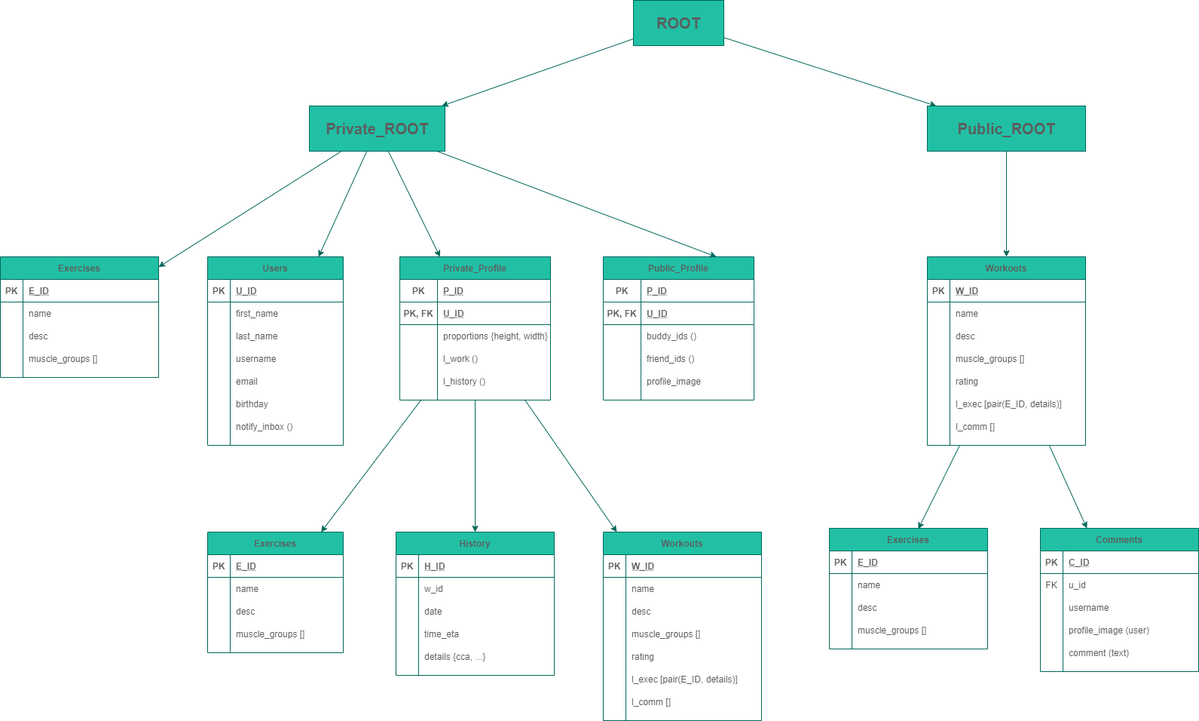
Dawlau/Fitwork keeps this draw.io diagram as database.png. Above is the earlier version. Source tidied: cells renumbered, new cells last; positions are measured from the earlier drawing's top-left corner, leaving out a move shared by most shapes.
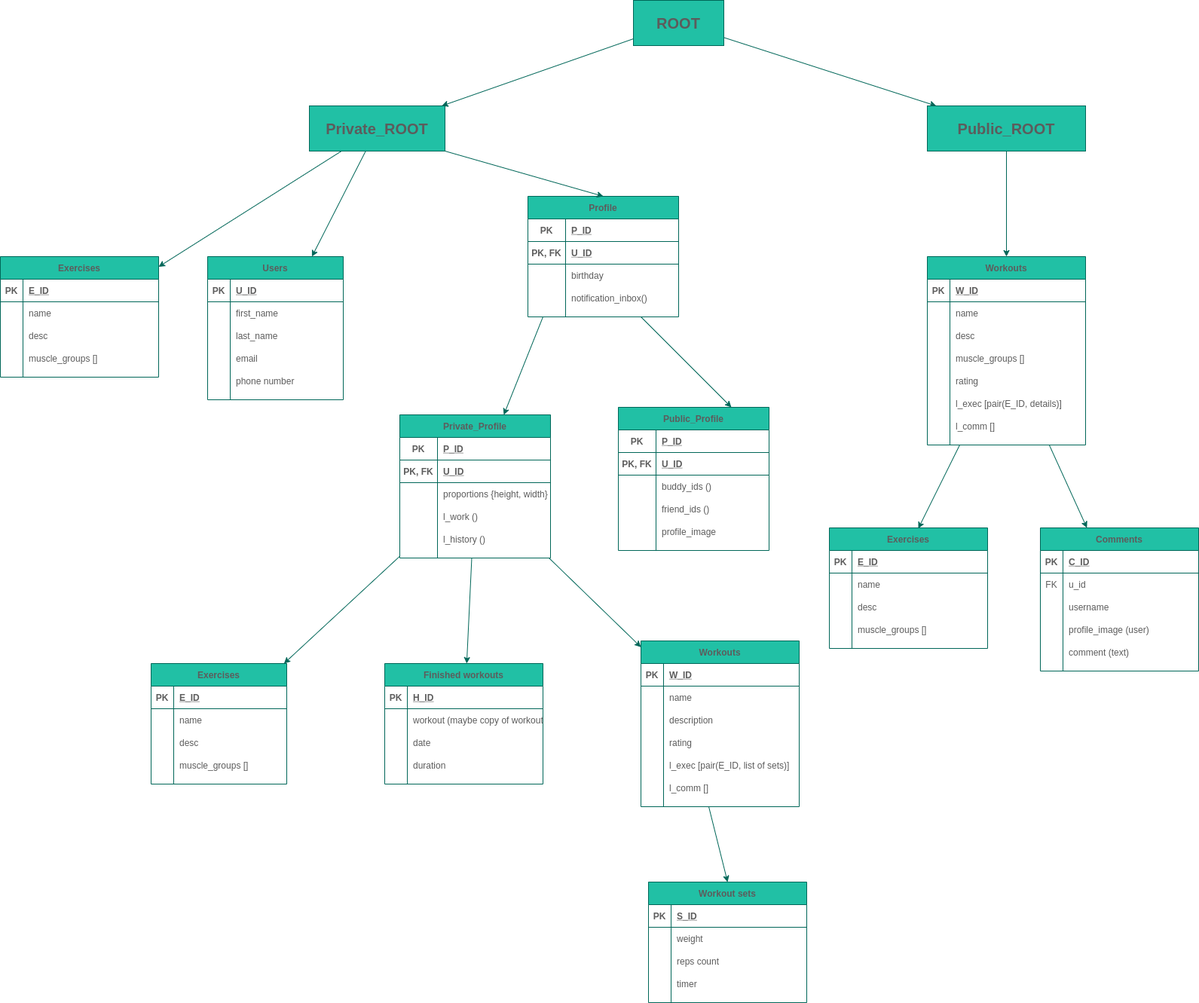
Above is the later version.

Commit message:
Updated database scheme

Change to the diagram source:
```diff
@@ -5,3 +5,3 @@
     <mxCell id="2" value="Users" style="shape=table;startSize=30;rowLines=0;fontStyle=1;align=center;fillColor=#21C0A5;strokeColor=#006658;fontColor=#5C5C5C;" parent="1" vertex="1">
-      <mxGeometry x="275" y="340" width="180" height="250" as="geometry" />
+      <mxGeometry x="275" y="340" width="180" height="190" as="geometry" />
     </mxCell>
@@ -34,13 +34,4 @@
     </mxCell>
-    <mxCell id="12" style="shape=partialRectangle;fillColor=none;top=0;left=0;bottom=0;right=0;strokeColor=#006658;fontColor=#5C5C5C;" parent="2" vertex="1">
-      <mxGeometry y="120" width="180" height="30" as="geometry" />
-    </mxCell>
-    <mxCell id="13" style="shape=partialRectangle;fillColor=none;top=0;left=0;bottom=0;right=0;overflow=hidden;strokeColor=#006658;fontColor=#5C5C5C;" parent="12" vertex="1">
-      <mxGeometry width="30" height="30" as="geometry" />
-    </mxCell>
-    <mxCell id="14" value="username" style="shape=partialRectangle;fillColor=none;top=0;left=0;bottom=0;right=0;align=left;spacingLeft=6;overflow=hidden;strokeColor=#006658;fontColor=#5C5C5C;" parent="12" vertex="1">
-      <mxGeometry x="30" width="150" height="30" as="geometry" />
-    </mxCell>
     <mxCell id="15" style="shape=partialRectangle;fillColor=none;top=0;left=0;bottom=0;right=0;strokeColor=#006658;fontColor=#5C5C5C;" parent="2" vertex="1">
-      <mxGeometry y="150" width="180" height="30" as="geometry" />
+      <mxGeometry y="120" width="180" height="30" as="geometry" />
     </mxCell>
@@ -52,22 +43,13 @@
     </mxCell>
-    <mxCell id="18" style="shape=partialRectangle;fillColor=none;top=0;left=0;bottom=0;right=0;strokeColor=#006658;fontColor=#5C5C5C;" parent="2" vertex="1">
-      <mxGeometry y="180" width="180" height="30" as="geometry" />
-    </mxCell>
-    <mxCell id="19" style="shape=partialRectangle;fillColor=none;top=0;left=0;bottom=0;right=0;overflow=hidden;strokeColor=#006658;fontColor=#5C5C5C;" parent="18" vertex="1">
-      <mxGeometry width="30" height="30" as="geometry" />
-    </mxCell>
-    <mxCell id="20" value="birthday " style="shape=partialRectangle;fillColor=none;top=0;left=0;bottom=0;right=0;align=left;spacingLeft=6;overflow=hidden;strokeColor=#006658;fontColor=#5C5C5C;" parent="18" vertex="1">
-      <mxGeometry x="30" width="150" height="30" as="geometry" />
-    </mxCell>
-    <mxCell id="21" style="shape=partialRectangle;fillColor=none;top=0;left=0;bottom=0;right=0;strokeColor=#006658;fontColor=#5C5C5C;" parent="2" vertex="1">
-      <mxGeometry y="210" width="180" height="30" as="geometry" />
-    </mxCell>
-    <mxCell id="22" style="shape=partialRectangle;fillColor=none;top=0;left=0;bottom=0;right=0;overflow=hidden;strokeColor=#006658;fontColor=#5C5C5C;" parent="21" vertex="1">
-      <mxGeometry width="30" height="30" as="geometry" />
-    </mxCell>
-    <mxCell id="23" value="notify_inbox ()" style="shape=partialRectangle;fillColor=none;top=0;left=0;bottom=0;right=0;align=left;spacingLeft=6;overflow=hidden;strokeColor=#006658;fontColor=#5C5C5C;" parent="21" vertex="1">
-      <mxGeometry x="30" width="150" height="30" as="geometry" />
-    </mxCell>
+    <mxCell id="186" style="shape=partialRectangle;fillColor=none;top=0;left=0;bottom=0;right=0;strokeColor=#006658;fontColor=#5C5C5C;" parent="2" vertex="1">
+      <mxGeometry y="150" width="180" height="30" as="geometry" />
+    </mxCell>
+    <mxCell id="187" style="shape=partialRectangle;fillColor=none;top=0;left=0;bottom=0;right=0;overflow=hidden;strokeColor=#006658;fontColor=#5C5C5C;" parent="186" vertex="1">
+      <mxGeometry width="30" height="30" as="geometry" />
+    </mxCell>
+    <mxCell id="188" value="phone number" style="shape=partialRectangle;fillColor=none;top=0;left=0;bottom=0;right=0;align=left;spacingLeft=6;overflow=hidden;strokeColor=#006658;fontColor=#5C5C5C;" parent="186" vertex="1">
+      <mxGeometry x="30" width="150" height="30" as="geometry" />
+    </mxCell>
     <mxCell id="24" value="Workouts" style="shape=table;startSize=30;rowLines=0;fontStyle=1;align=center;fillColor=#21C0A5;strokeColor=#006658;fontColor=#5C5C5C;" parent="1" vertex="1">
-      <mxGeometry x="800" y="705" width="210" height="250" as="geometry" />
+      <mxGeometry x="850" y="850" width="210" height="220" as="geometry" />
     </mxCell>
@@ -97,16 +79,7 @@
     </mxCell>
-    <mxCell id="33" value="desc" style="shape=partialRectangle;fillColor=none;top=0;left=0;bottom=0;right=0;align=left;spacingLeft=6;overflow=hidden;strokeColor=#006658;fontColor=#5C5C5C;" parent="31" vertex="1">
+    <mxCell id="33" value="description" style="shape=partialRectangle;fillColor=none;top=0;left=0;bottom=0;right=0;align=left;spacingLeft=6;overflow=hidden;strokeColor=#006658;fontColor=#5C5C5C;" parent="31" vertex="1">
       <mxGeometry x="30" width="180" height="30" as="geometry" />
     </mxCell>
-    <mxCell id="34" style="shape=partialRectangle;fillColor=none;top=0;left=0;bottom=0;right=0;strokeColor=#006658;fontColor=#5C5C5C;" parent="24" vertex="1">
-      <mxGeometry y="120" width="210" height="30" as="geometry" />
-    </mxCell>
-    <mxCell id="35" style="shape=partialRectangle;fillColor=none;top=0;left=0;bottom=0;right=0;overflow=hidden;strokeColor=#006658;fontColor=#5C5C5C;" parent="34" vertex="1">
-      <mxGeometry width="30" height="30" as="geometry" />
-    </mxCell>
-    <mxCell id="36" value="muscle_groups []" style="shape=partialRectangle;fillColor=none;top=0;left=0;bottom=0;right=0;align=left;spacingLeft=6;overflow=hidden;strokeColor=#006658;fontColor=#5C5C5C;" parent="34" vertex="1">
-      <mxGeometry x="30" width="180" height="30" as="geometry" />
-    </mxCell>
     <mxCell id="37" style="shape=partialRectangle;fillColor=none;top=0;left=0;bottom=0;right=0;strokeColor=#006658;fontColor=#5C5C5C;" parent="24" vertex="1">
-      <mxGeometry y="150" width="210" height="30" as="geometry" />
+      <mxGeometry y="120" width="210" height="30" as="geometry" />
     </mxCell>
@@ -119,3 +92,3 @@
     <mxCell id="40" style="shape=partialRectangle;fillColor=none;top=0;left=0;bottom=0;right=0;strokeColor=#006658;fontColor=#5C5C5C;" parent="24" vertex="1">
-      <mxGeometry y="180" width="210" height="30" as="geometry" />
+      <mxGeometry y="150" width="210" height="30" as="geometry" />
     </mxCell>
@@ -124,3 +97,3 @@
     </mxCell>
-    <mxCell id="42" value="l_exec [pair(E_ID, details)]" style="shape=partialRectangle;fillColor=none;top=0;left=0;bottom=0;right=0;align=left;spacingLeft=6;overflow=hidden;strokeColor=#006658;fontColor=#5C5C5C;" parent="40" vertex="1">
+    <mxCell id="42" value="l_exec [pair(E_ID, list of sets)]" style="shape=partialRectangle;fillColor=none;top=0;left=0;bottom=0;right=0;align=left;spacingLeft=6;overflow=hidden;strokeColor=#006658;fontColor=#5C5C5C;" parent="40" vertex="1">
       <mxGeometry x="30" width="180" height="30" as="geometry" />
@@ -128,3 +101,3 @@
     <mxCell id="43" style="shape=partialRectangle;fillColor=none;top=0;left=0;bottom=0;right=0;strokeColor=#006658;fontColor=#5C5C5C;" parent="24" vertex="1">
-      <mxGeometry y="210" width="210" height="30" as="geometry" />
+      <mxGeometry y="180" width="210" height="30" as="geometry" />
     </mxCell>
@@ -137,3 +110,3 @@
     <mxCell id="46" value="Private_Profile" style="shape=table;startSize=30;rowLines=0;fontStyle=1;align=center;fillColor=#21C0A5;strokeColor=#006658;fontColor=#5C5C5C;" parent="1" vertex="1">
-      <mxGeometry x="530" y="340" width="200" height="190" as="geometry" />
+      <mxGeometry x="530" y="550" width="200" height="190" as="geometry" />
     </mxCell>
@@ -367,4 +340,4 @@
     </mxCell>
-    <mxCell id="123" value="History" style="shape=table;startSize=30;rowLines=0;fontStyle=1;align=center;fillColor=#21C0A5;strokeColor=#006658;fontColor=#5C5C5C;" parent="1" vertex="1">
-      <mxGeometry x="525" y="705" width="210" height="190" as="geometry" />
+    <mxCell id="123" value="Finished workouts" style="shape=table;startSize=30;rowLines=0;fontStyle=1;align=center;fillColor=#21C0A5;strokeColor=#006658;fontColor=#5C5C5C;" parent="1" vertex="1">
+      <mxGeometry x="510" y="880" width="210" height="160" as="geometry" />
     </mxCell>
@@ -385,3 +358,3 @@
     </mxCell>
-    <mxCell id="129" value="w_id" style="shape=partialRectangle;fillColor=none;top=0;left=0;bottom=0;right=0;align=left;spacingLeft=6;overflow=hidden;strokeColor=#006658;fontColor=#5C5C5C;" parent="127" vertex="1">
+    <mxCell id="129" value="workout (maybe copy of workout)" style="shape=partialRectangle;fillColor=none;top=0;left=0;bottom=0;right=0;align=left;spacingLeft=6;overflow=hidden;strokeColor=#006658;fontColor=#5C5C5C;" parent="127" vertex="1">
       <mxGeometry x="30" width="180" height="30" as="geometry" />
@@ -403,14 +376,5 @@
     </mxCell>
-    <mxCell id="135" value="time_eta" style="shape=partialRectangle;fillColor=none;top=0;left=0;bottom=0;right=0;align=left;spacingLeft=6;overflow=hidden;strokeColor=#006658;fontColor=#5C5C5C;" parent="133" vertex="1">
+    <mxCell id="135" value="duration" style="shape=partialRectangle;fillColor=none;top=0;left=0;bottom=0;right=0;align=left;spacingLeft=6;overflow=hidden;strokeColor=#006658;fontColor=#5C5C5C;" parent="133" vertex="1">
       <mxGeometry x="30" width="180" height="30" as="geometry" />
     </mxCell>
-    <mxCell id="136" style="shape=partialRectangle;fillColor=none;top=0;left=0;bottom=0;right=0;strokeColor=#006658;fontColor=#5C5C5C;" parent="123" vertex="1">
-      <mxGeometry y="150" width="210" height="30" as="geometry" />
-    </mxCell>
-    <mxCell id="137" style="shape=partialRectangle;fillColor=none;top=0;left=0;bottom=0;right=0;overflow=hidden;strokeColor=#006658;fontColor=#5C5C5C;" parent="136" vertex="1">
-      <mxGeometry width="30" height="30" as="geometry" />
-    </mxCell>
-    <mxCell id="138" value="details {cca, ...}" style="shape=partialRectangle;fillColor=none;top=0;left=0;bottom=0;right=0;align=left;spacingLeft=6;overflow=hidden;strokeColor=#006658;fontColor=#5C5C5C;" parent="136" vertex="1">
-      <mxGeometry x="30" width="180" height="30" as="geometry" />
-    </mxCell>
     <mxCell id="139" style="endArrow=classic;html=1;strokeColor=#006658;fillColor=#21C0A5;fontColor=#5C5C5C;" parent="1" edge="1" source="46" target="123">
@@ -419,3 +383,3 @@
     <mxCell id="140" value="Public_Profile" style="shape=table;startSize=30;rowLines=0;fontStyle=1;align=center;fillColor=#21C0A5;strokeColor=#006658;fontColor=#5C5C5C;" parent="1" vertex="1">
-      <mxGeometry x="800" y="340" width="200" height="190" as="geometry" />
+      <mxGeometry x="820" y="540" width="200" height="190" as="geometry" />
     </mxCell>
@@ -508,6 +472,8 @@
     </mxCell>
-    <mxCell id="170" style="endArrow=classic;html=1;strokeColor=#006658;fillColor=#21C0A5;fontColor=#5C5C5C;" parent="1" edge="1" source="119" target="46">
-      <mxGeometry relative="1" as="geometry" />
+    <mxCell id="170" style="endArrow=classic;html=1;strokeColor=#006658;fillColor=#21C0A5;fontColor=#5C5C5C;" parent="1" edge="1" target="46">
+      <mxGeometry relative="1" as="geometry">
+        <mxPoint x="720" y="420" as="sourcePoint" />
+      </mxGeometry>
     </mxCell>
-    <mxCell id="171" style="endArrow=classic;html=1;strokeColor=#006658;fillColor=#21C0A5;fontColor=#5C5C5C;entryX=0.75;entryY=0;entryDx=0;entryDy=0;" parent="1" edge="1" source="119" target="140">
+    <mxCell id="171" style="endArrow=classic;html=1;strokeColor=#006658;fillColor=#21C0A5;fontColor=#5C5C5C;entryX=0.75;entryY=0;entryDx=0;entryDy=0;exitX=0.75;exitY=1;exitDx=0;exitDy=0;" parent="1" edge="1" source="189" target="140">
       <mxGeometry relative="1" as="geometry" />
@@ -515,3 +481,3 @@
     <mxCell id="172" value="Exercises" style="shape=table;startSize=30;rowLines=0;fontStyle=1;align=center;fillColor=#21C0A5;strokeColor=#006658;fontColor=#5C5C5C;" parent="1" vertex="1">
-      <mxGeometry x="275" y="705" width="180" height="160" as="geometry" />
+      <mxGeometry x="200" y="880" width="180" height="160" as="geometry" />
     </mxCell>
@@ -556,2 +522,88 @@
     </mxCell>
+    <mxCell id="189" value="Profile" style="shape=table;startSize=30;rowLines=0;fontStyle=1;align=center;fillColor=#21C0A5;strokeColor=#006658;fontColor=#5C5C5C;" parent="1" vertex="1">
+      <mxGeometry x="700" y="260" width="200" height="160" as="geometry" />
+    </mxCell>
+    <mxCell id="190" style="shape=partialRectangle;fillColor=none;top=0;left=0;bottom=1;right=0;strokeColor=#006658;fontColor=#5C5C5C;" parent="189" vertex="1">
+      <mxGeometry y="30" width="200" height="30" as="geometry" />
+    </mxCell>
+    <mxCell id="191" value="PK" style="shape=partialRectangle;fillColor=none;top=0;left=0;bottom=0;right=0;fontStyle=1;overflow=hidden;strokeColor=#006658;fontColor=#5C5C5C;" parent="190" vertex="1">
+      <mxGeometry width="50" height="30" as="geometry" />
+    </mxCell>
+    <mxCell id="192" value="P_ID" style="shape=partialRectangle;fillColor=none;top=0;left=0;bottom=0;right=0;align=left;spacingLeft=6;fontStyle=5;overflow=hidden;strokeColor=#006658;fontColor=#5C5C5C;" parent="190" vertex="1">
+      <mxGeometry x="50" width="150" height="30" as="geometry" />
+    </mxCell>
+    <mxCell id="193" style="shape=partialRectangle;fillColor=none;top=0;left=0;bottom=1;right=0;strokeColor=#006658;fontColor=#5C5C5C;" parent="189" vertex="1">
+      <mxGeometry y="60" width="200" height="30" as="geometry" />
+    </mxCell>
+    <mxCell id="194" value="PK, FK" style="shape=partialRectangle;fillColor=none;top=0;left=0;bottom=0;right=0;fontStyle=1;overflow=hidden;strokeColor=#006658;fontColor=#5C5C5C;" parent="193" vertex="1">
+      <mxGeometry width="50" height="30" as="geometry" />
+    </mxCell>
+    <mxCell id="195" value="U_ID" style="shape=partialRectangle;fillColor=none;top=0;left=0;bottom=0;right=0;align=left;spacingLeft=6;fontStyle=5;overflow=hidden;strokeColor=#006658;fontColor=#5C5C5C;" parent="193" vertex="1">
+      <mxGeometry x="50" width="150" height="30" as="geometry" />
+    </mxCell>
+    <mxCell id="196" style="shape=partialRectangle;fillColor=none;top=0;left=0;bottom=0;right=0;strokeColor=#006658;fontColor=#5C5C5C;" parent="189" vertex="1">
+      <mxGeometry y="90" width="200" height="30" as="geometry" />
+    </mxCell>
+    <mxCell id="197" style="shape=partialRectangle;fillColor=none;top=0;left=0;bottom=0;right=0;overflow=hidden;strokeColor=#006658;fontColor=#5C5C5C;" parent="196" vertex="1">
+      <mxGeometry width="50" height="30" as="geometry" />
+    </mxCell>
+    <mxCell id="20" value="birthday" style="shape=partialRectangle;fillColor=none;top=0;left=0;bottom=0;right=0;align=left;spacingLeft=6;overflow=hidden;strokeColor=#006658;fontColor=#5C5C5C;" parent="196" vertex="1">
+      <mxGeometry x="50" width="150" height="30" as="geometry" />
+    </mxCell>
+    <mxCell id="198" style="shape=partialRectangle;fillColor=none;top=0;left=0;bottom=0;right=0;strokeColor=#006658;fontColor=#5C5C5C;" parent="189" vertex="1">
+      <mxGeometry y="120" width="200" height="30" as="geometry" />
+    </mxCell>
+    <mxCell id="199" style="shape=partialRectangle;fillColor=none;top=0;left=0;bottom=0;right=0;overflow=hidden;strokeColor=#006658;fontColor=#5C5C5C;" parent="198" vertex="1">
+      <mxGeometry width="50" height="30" as="geometry" />
+    </mxCell>
+    <mxCell id="200" value="notification_inbox()" style="shape=partialRectangle;fillColor=none;top=0;left=0;bottom=0;right=0;align=left;spacingLeft=6;overflow=hidden;strokeColor=#006658;fontColor=#5C5C5C;" parent="198" vertex="1">
+      <mxGeometry x="50" width="150" height="30" as="geometry" />
+    </mxCell>
+    <mxCell id="201" style="endArrow=classic;html=1;strokeColor=#006658;fillColor=#21C0A5;fontColor=#5C5C5C;entryX=0.5;entryY=0;entryDx=0;entryDy=0;exitX=1;exitY=1;exitDx=0;exitDy=0;" parent="1" edge="1" source="119" target="189">
+      <mxGeometry relative="1" as="geometry" />
+    </mxCell>
+    <mxCell id="202" value="Workout sets" style="shape=table;startSize=30;rowLines=0;fontStyle=1;align=center;fillColor=#21C0A5;strokeColor=#006658;fontColor=#5C5C5C;" parent="1" vertex="1">
+      <mxGeometry x="860" y="1170" width="210" height="160" as="geometry" />
+    </mxCell>
+    <mxCell id="203" style="shape=partialRectangle;fillColor=none;top=0;left=0;bottom=1;right=0;strokeColor=#006658;fontColor=#5C5C5C;" parent="202" vertex="1">
+      <mxGeometry y="30" width="210" height="30" as="geometry" />
+    </mxCell>
+    <mxCell id="204" value="PK" style="shape=partialRectangle;fillColor=none;top=0;left=0;bottom=0;right=0;fontStyle=1;overflow=hidden;strokeColor=#006658;fontColor=#5C5C5C;" parent="203" vertex="1">
+      <mxGeometry width="30" height="30" as="geometry" />
+    </mxCell>
+    <mxCell id="205" value="S_ID" style="shape=partialRectangle;fillColor=none;top=0;left=0;bottom=0;right=0;align=left;spacingLeft=6;fontStyle=5;overflow=hidden;strokeColor=#006658;fontColor=#5C5C5C;" parent="203" vertex="1">
+      <mxGeometry x="30" width="180" height="30" as="geometry" />
+    </mxCell>
+    <mxCell id="206" style="shape=partialRectangle;fillColor=none;top=0;left=0;bottom=0;right=0;strokeColor=#006658;fontColor=#5C5C5C;" parent="202" vertex="1">
+      <mxGeometry y="60" width="210" height="30" as="geometry" />
+    </mxCell>
+    <mxCell id="207" style="shape=partialRectangle;fillColor=none;top=0;left=0;bottom=0;right=0;overflow=hidden;strokeColor=#006658;fontColor=#5C5C5C;" parent="206" vertex="1">
+      <mxGeometry width="30" height="30" as="geometry" />
+    </mxCell>
+    <mxCell id="208" value="weight" style="shape=partialRectangle;fillColor=none;top=0;left=0;bottom=0;right=0;align=left;spacingLeft=6;overflow=hidden;strokeColor=#006658;fontColor=#5C5C5C;" parent="206" vertex="1">
+      <mxGeometry x="30" width="180" height="30" as="geometry" />
+    </mxCell>
+    <mxCell id="209" style="shape=partialRectangle;fillColor=none;top=0;left=0;bottom=0;right=0;strokeColor=#006658;fontColor=#5C5C5C;" parent="202" vertex="1">
+      <mxGeometry y="90" width="210" height="30" as="geometry" />
+    </mxCell>
+    <mxCell id="210" style="shape=partialRectangle;fillColor=none;top=0;left=0;bottom=0;right=0;overflow=hidden;strokeColor=#006658;fontColor=#5C5C5C;" parent="209" vertex="1">
+      <mxGeometry width="30" height="30" as="geometry" />
+    </mxCell>
+    <mxCell id="211" value="reps count" style="shape=partialRectangle;fillColor=none;top=0;left=0;bottom=0;right=0;align=left;spacingLeft=6;overflow=hidden;strokeColor=#006658;fontColor=#5C5C5C;" parent="209" vertex="1">
+      <mxGeometry x="30" width="180" height="30" as="geometry" />
+    </mxCell>
+    <mxCell id="34" style="shape=partialRectangle;fillColor=none;top=0;left=0;bottom=0;right=0;strokeColor=#006658;fontColor=#5C5C5C;" parent="202" vertex="1">
+      <mxGeometry y="120" width="210" height="30" as="geometry" />
+    </mxCell>
+    <mxCell id="212" style="shape=partialRectangle;fillColor=none;top=0;left=0;bottom=0;right=0;overflow=hidden;strokeColor=#006658;fontColor=#5C5C5C;" parent="34" vertex="1">
+      <mxGeometry width="30" height="30" as="geometry" />
+    </mxCell>
+    <mxCell id="213" value="timer" style="shape=partialRectangle;fillColor=none;top=0;left=0;bottom=0;right=0;align=left;spacingLeft=6;overflow=hidden;strokeColor=#006658;fontColor=#5C5C5C;" parent="34" vertex="1">
+      <mxGeometry x="30" width="180" height="30" as="geometry" />
+    </mxCell>
+    <mxCell id="214" style="endArrow=classic;html=1;strokeColor=#006658;fillColor=#21C0A5;fontColor=#5C5C5C;entryX=0.5;entryY=0;entryDx=0;entryDy=0;" parent="1" edge="1" target="202">
+      <mxGeometry relative="1" as="geometry">
+        <mxPoint x="940" y="1070" as="sourcePoint" />
+      </mxGeometry>
+    </mxCell>
   </root>
```
